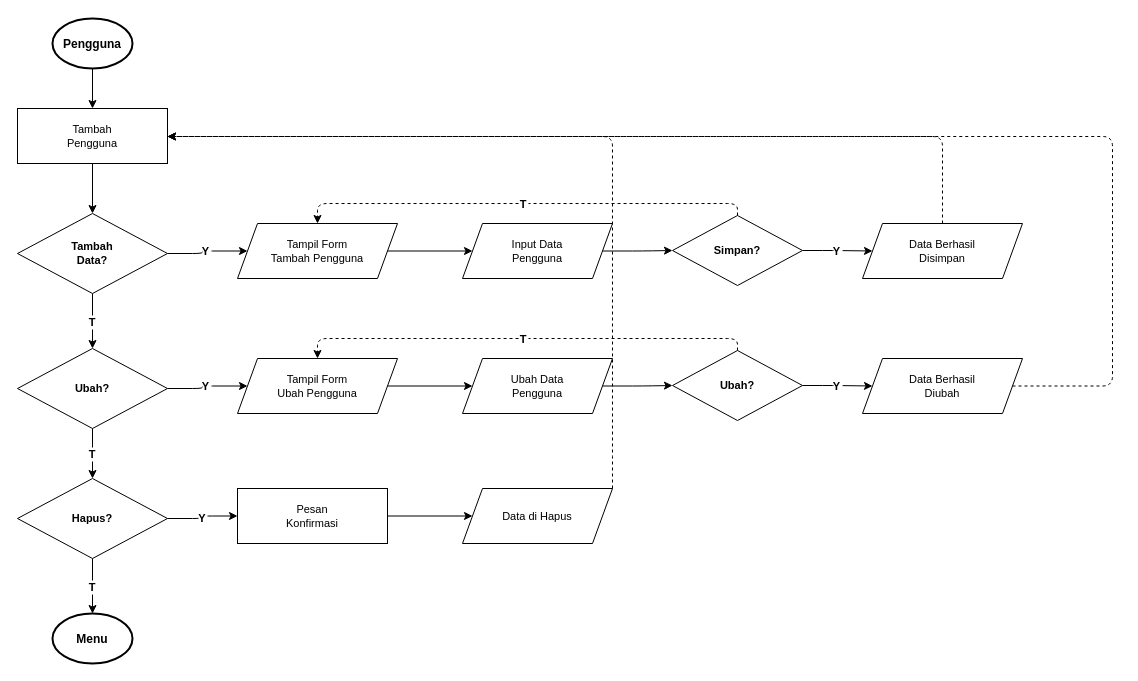
Before: diagram/flowchart/13-flowchart-admin-pengguna.drawio in RajaSunrise/kangkungku, a draw.io diagram. Source tidied: cells renumbered, new cells numbered last; positions are measured from the earlier drawing's top-left corner, leaving out a move shared by most shapes. Both pictures are drawn from the tidied source at 100%, with x=0, y=0 at pixel (17, 18).
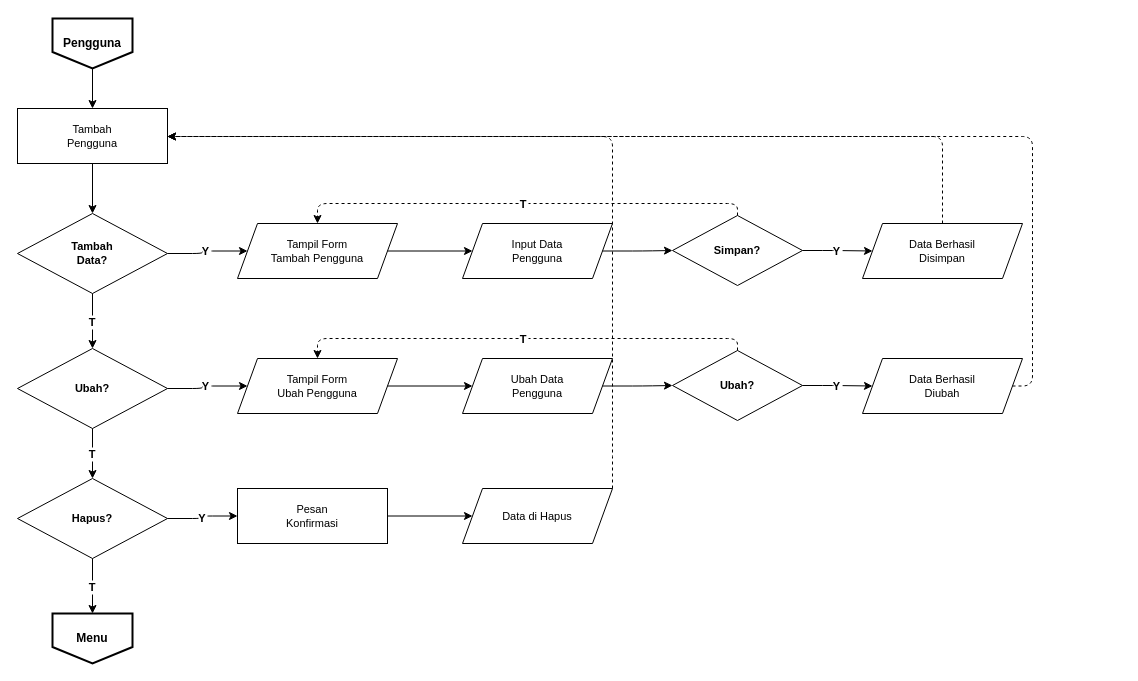
Above is the later version.

The change refers to these unchanged cells:
```xml
<mxCell id="3" value="Tambah&#10;Pengguna" style="rounded=0;whiteSpace=wrap;html=1;fillColor=#FFFFFF;strokeColor=#000000;fontSize=11;" parent="1" vertex="1">
  <mxGeometry y="90" width="150" height="55" as="geometry" />
</mxCell>
<mxCell id="13" value="Data Berhasil&#10;Diubah" style="shape=parallelogram;perimeter=parallelogramPerimeter;whiteSpace=wrap;html=1;fixedSize=1;size=20;fillColor=#FFFFFF;strokeColor=#000000;fontSize=11;" parent="1" vertex="1">
  <mxGeometry x="845" y="340" width="160" height="55" as="geometry" />
</mxCell>
```

What changed in the source:
```diff
@@
-    <mxCell id="2" value="Pengguna" style="shape=mxgraph.flowchart.start_2;fillColor=#FFFFFF;strokeColor=#000000;strokeWidth=2;fontSize=12;fontStyle=1;" parent="1" vertex="1">
+    <mxCell id="2" value="Pengguna" style="shape=offPageConnector;fillColor=#FFFFFF;strokeColor=#000000;strokeWidth=2;fontSize=12;fontStyle=1;size=0.33;whiteSpace=wrap;html=1;align=center;verticalAlign=middle;" parent="1" vertex="1">
       <mxGeometry x="35" width="80" height="50" as="geometry" />
     </mxCell>
@@
-    <mxCell id="17" value="Menu" style="shape=mxgraph.flowchart.start_2;fillColor=#FFFFFF;strokeColor=#000000;strokeWidth=2;fontSize=12;fontStyle=1;" parent="1" vertex="1">
+    <mxCell id="17" value="Menu" style="shape=offPageConnector;fillColor=#FFFFFF;strokeColor=#000000;strokeWidth=2;fontSize=12;fontStyle=1;size=0.33;whiteSpace=wrap;html=1;align=center;verticalAlign=middle;" parent="1" vertex="1">
       <mxGeometry x="35" y="595" width="80" height="50" as="geometry" />
     </mxCell>
@@
     <mxCell id="33" style="edgeStyle=orthogonalEdgeStyle;dashed=1;" parent="1" edge="1" source="13" target="3">
       <mxGeometry relative="1" as="geometry">
         <Array as="points">
-          <mxPoint x="1095" y="368" />
-          <mxPoint x="1095" y="118" />
+          <mxPoint x="1015" y="368" />
+          <mxPoint x="1015" y="118" />
         </Array>
       </mxGeometry>
     </mxCell>
```
